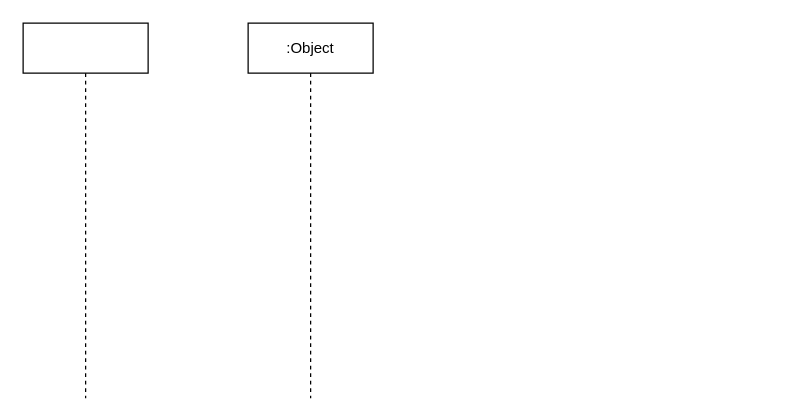
Earlier version of the draw.io diagram 未命名绘图.drawio (smilefisher/images). Source tidied: cells renumbered, new cells numbered last; positions are measured from the earlier drawing's top-left corner, leaving out a move shared by most shapes. Both pictures are drawn from the tidied source at 125%, with x=0, y=0 at pixel (22, 22).
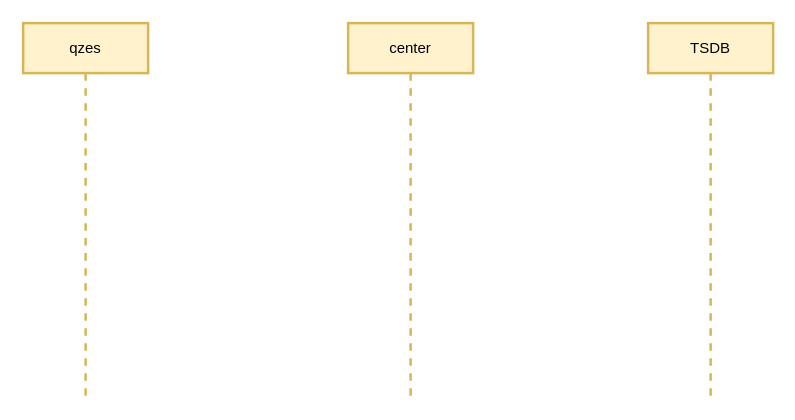
The same page after the edit.

Commit message (it also covers changes not shown here):
更新未命名绘图.drawio

The edit, as a diff of the source:
```diff
@@
 <mxGraphModel>
   <root>
     <mxCell id="0" />
     <mxCell id="1" parent="0" />
-    <mxCell id="2" style="shape=umlLifeline;perimeter=lifelinePerimeter;whiteSpace=wrap;html=1;newEdgeStyle={&quot;edgeStyle&quot;:&quot;elbowEdgeStyle&quot;,&quot;elbow&quot;:&quot;vertical&quot;,&quot;curved&quot;:0,&quot;rounded&quot;:0};" parent="1" vertex="1">
+    <mxCell id="2" value="qzes" style="shape=umlLifeline;perimeter=lifelinePerimeter;whiteSpace=wrap;html=1;newEdgeStyle={&quot;edgeStyle&quot;:&quot;elbowEdgeStyle&quot;,&quot;elbow&quot;:&quot;vertical&quot;,&quot;curved&quot;:0,&quot;rounded&quot;:0};fillColor=#fff2cc;strokeColor=#d6b656;strokeWidth=2;" parent="1" vertex="1">
       <mxGeometry width="100" height="300" as="geometry" />
     </mxCell>
-    <mxCell id="3" value=":Object" style="shape=umlLifeline;perimeter=lifelinePerimeter;whiteSpace=wrap;html=1;newEdgeStyle={&quot;edgeStyle&quot;:&quot;elbowEdgeStyle&quot;,&quot;elbow&quot;:&quot;vertical&quot;,&quot;curved&quot;:0,&quot;rounded&quot;:0};" parent="1" vertex="1">
-      <mxGeometry x="180" width="100" height="300" as="geometry" />
+    <mxCell id="3" value="center" style="shape=umlLifeline;perimeter=lifelinePerimeter;whiteSpace=wrap;html=1;newEdgeStyle={&quot;edgeStyle&quot;:&quot;elbowEdgeStyle&quot;,&quot;elbow&quot;:&quot;vertical&quot;,&quot;curved&quot;:0,&quot;rounded&quot;:0};fillColor=#fff2cc;strokeColor=#d6b656;strokeWidth=2;" parent="1" vertex="1">
+      <mxGeometry x="260" width="100" height="300" as="geometry" />
     </mxCell>
+    <mxCell id="4" value="TSDB" style="shape=umlLifeline;perimeter=lifelinePerimeter;whiteSpace=wrap;html=1;newEdgeStyle={&quot;edgeStyle&quot;:&quot;elbowEdgeStyle&quot;,&quot;elbow&quot;:&quot;vertical&quot;,&quot;curved&quot;:0,&quot;rounded&quot;:0};fillColor=#fff2cc;strokeColor=#d6b656;strokeWidth=2;" parent="1" vertex="1">
+      <mxGeometry x="500" width="100" height="300" as="geometry" />
+    </mxCell>
   </root>
 </mxGraphModel>
```
